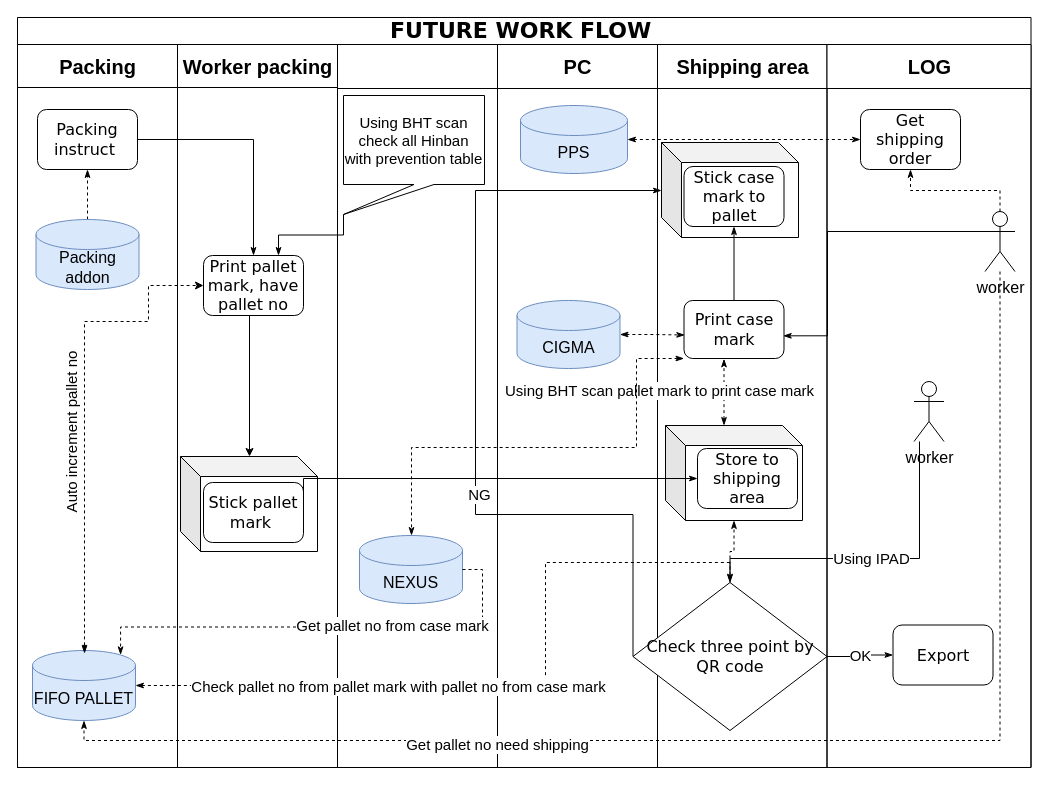
Above: page "Future" (2 of 2) of work flow current fifo.drawio in dreegoo/hellotoken (draw.io), before the change. Source tidied: cells renumbered, new cells numbered last; positions are measured from the earlier drawing's top-left corner, leaving out a move shared by most shapes. Both pictures are drawn from the tidied source at 100%, with x=0, y=0 at pixel (17, 17).
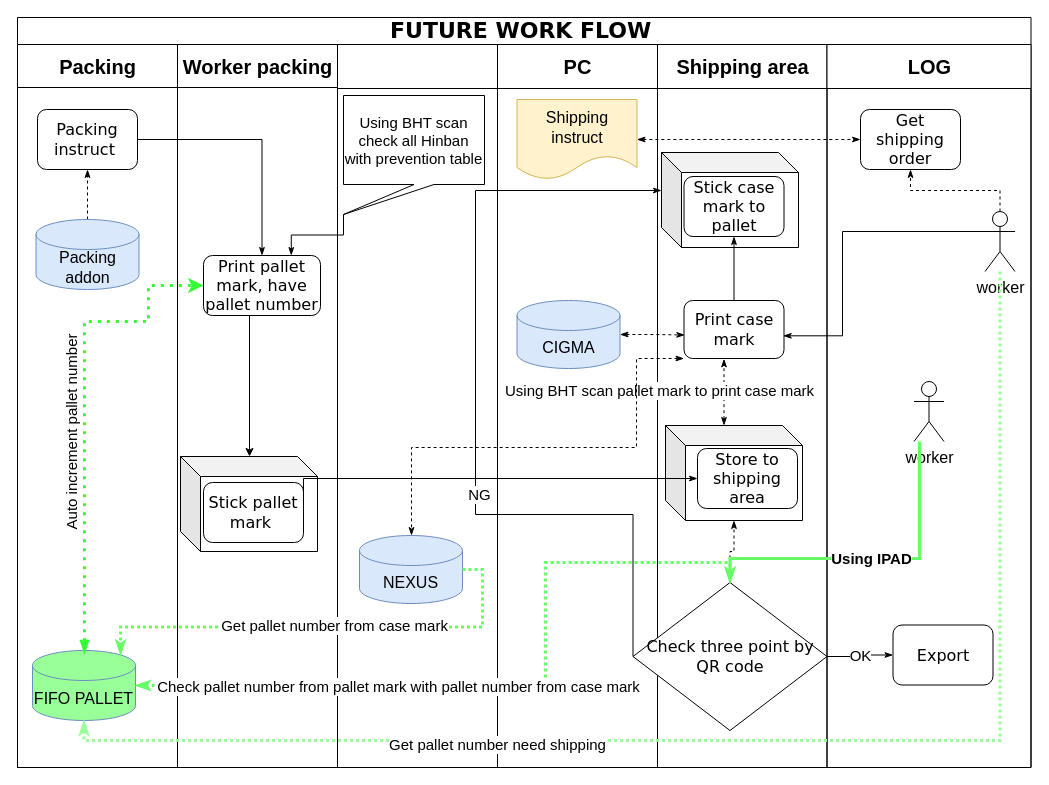
The same diagram, later.

The change refers to these unchanged cells:
```xml
<mxCell id="2" value="FUTURE WORK FLOW&amp;nbsp;" style="swimlane;html=1;startSize=27;rounded=0;shadow=0;labelBackgroundColor=none;strokeWidth=1;fontFamily=Verdana;fontSize=22;align=center;" parent="1" vertex="1">
  <mxGeometry width="1013.5" height="750" as="geometry" />
</mxCell>
<mxCell id="3" value="Packing" style="swimlane;html=1;startSize=43;fontSize=20;align=center;" parent="2" vertex="1">
  <mxGeometry y="27" width="160" height="723" as="geometry" />
</mxCell>
<mxCell id="8" value="Worker packing" style="swimlane;html=1;startSize=43;fontSize=20;" parent="2" vertex="1">
  <mxGeometry x="160" y="27" width="160" height="723" as="geometry" />
</mxCell>
<mxCell id="15" value="NEXUS" style="shape=cylinder3;whiteSpace=wrap;html=1;boundedLbl=1;backgroundOutline=1;size=15;fontSize=16;align=center;labelBackgroundColor=none;fillColor=#dae8fc;strokeColor=#6c8ebf;" parent="13" vertex="1">
  <mxGeometry x="22" y="491" width="103" height="68" as="geometry" />
</mxCell>
<mxCell id="16" value="PC" style="swimlane;html=1;startSize=44;fontSize=20;" parent="2" vertex="1">
  <mxGeometry x="480" y="27" width="160" height="723" as="geometry" />
</mxCell>
<mxCell id="20" value="Shipping area" style="swimlane;html=1;startSize=44;fontSize=20;" parent="2" vertex="1">
  <mxGeometry x="640" y="27" width="169.5" height="723" as="geometry" />
</mxCell>
<mxCell id="26" value="Print case mark" style="rounded=1;whiteSpace=wrap;html=1;shadow=0;labelBackgroundColor=none;strokeWidth=1;fontFamily=Verdana;fontSize=16;align=center;fontStyle=0;" parent="20" vertex="1">
  <mxGeometry x="26.5" y="256" width="100" height="58" as="geometry" />
</mxCell>
<mxCell id="29" value="&lt;span style=&quot;font-family: &amp;#34;verdana&amp;#34; ; font-size: 16px&quot;&gt;Check three point by QR code&lt;/span&gt;" style="rhombus;whiteSpace=wrap;html=1;labelBackgroundColor=none;fontSize=15;align=center;" parent="20" vertex="1">
  <mxGeometry x="-24.5" y="538" width="194" height="148" as="geometry" />
</mxCell>
<mxCell id="33" value="Get shipping order" style="rounded=1;whiteSpace=wrap;html=1;shadow=0;labelBackgroundColor=none;strokeWidth=1;fontFamily=Verdana;fontSize=16;align=center;fontStyle=0;" parent="32" vertex="1">
  <mxGeometry x="33.5" y="65" width="100" height="60" as="geometry" />
</mxCell>
<mxCell id="35" value="worker" style="shape=umlActor;verticalLabelPosition=bottom;verticalAlign=top;html=1;outlineConnect=0;labelBackgroundColor=none;fontSize=16;align=center;" parent="32" vertex="1">
  <mxGeometry x="158" y="167" width="30" height="60" as="geometry" />
</mxCell>
<mxCell id="36" value="worker" style="shape=umlActor;verticalLabelPosition=bottom;verticalAlign=top;html=1;outlineConnect=0;labelBackgroundColor=none;fontSize=16;align=center;" parent="32" vertex="1">
  <mxGeometry x="87" y="337" width="30" height="60" as="geometry" />
</mxCell>
```

Diff of the diagram source:
```diff
@@
-    <mxCell id="7" value="FIFO PALLET" style="shape=cylinder3;whiteSpace=wrap;html=1;boundedLbl=1;backgroundOutline=1;size=15;fontSize=16;align=center;fillColor=#dae8fc;strokeColor=#6c8ebf;" parent="3" vertex="1">
+    <mxCell id="7" value="FIFO PALLET" style="shape=cylinder3;whiteSpace=wrap;html=1;boundedLbl=1;backgroundOutline=1;size=15;fontSize=16;align=center;strokeColor=#6c8ebf;fillColor=#99FF99;" parent="3" vertex="1">
       <mxGeometry x="15" y="606" width="103" height="70" as="geometry" />
     </mxCell>
@@
-    <mxCell id="11" value="Print pallet mark, have pallet no" style="rounded=1;whiteSpace=wrap;html=1;shadow=0;labelBackgroundColor=none;strokeWidth=1;fontFamily=Verdana;fontSize=16;align=center;fontStyle=0;" parent="8" vertex="1">
-      <mxGeometry x="26" y="211" width="100" height="60" as="geometry" />
+    <mxCell id="11" value="Print pallet mark, have pallet number" style="rounded=1;whiteSpace=wrap;html=1;shadow=0;labelBackgroundColor=none;strokeWidth=1;fontFamily=Verdana;fontSize=16;align=center;fontStyle=0;" parent="8" vertex="1">
+      <mxGeometry x="26" y="211" width="117" height="60" as="geometry" />
     </mxCell>
@@
-    <mxCell id="18" value="PPS" style="shape=cylinder3;whiteSpace=wrap;html=1;boundedLbl=1;backgroundOutline=1;size=15;fontSize=16;align=center;labelBackgroundColor=none;fillColor=#dae8fc;strokeColor=#6c8ebf;" parent="16" vertex="1">
-      <mxGeometry x="23" y="61" width="107" height="68" as="geometry" />
-    </mxCell>
-    <mxCell id="19" style="edgeStyle=orthogonalEdgeStyle;rounded=0;jettySize=auto;html=1;exitX=1;exitY=0.5;exitDx=0;exitDy=0;startArrow=classicThin;startFill=1;endArrow=classicThin;endFill=1;fontSize=16;dashed=1;exitPerimeter=0;" parent="2" edge="1" source="18" target="33">
-      <mxGeometry relative="1" as="geometry" />
-    </mxCell>
@@
     <mxCell id="21" style="shape=cube;whiteSpace=wrap;html=1;boundedLbl=1;backgroundOutline=1;darkOpacity=0.05;darkOpacity2=0.1;labelBackgroundColor=none;fontSize=16;align=center;" parent="20" vertex="1">
-      <mxGeometry x="4" y="98" width="137" height="95" as="geometry" />
+      <mxGeometry x="4" y="108" width="137" height="95" as="geometry" />
     </mxCell>
@@
     <mxCell id="27" value="Stick case mark to pallet" style="rounded=1;whiteSpace=wrap;html=1;shadow=0;labelBackgroundColor=none;strokeWidth=1;fontFamily=Verdana;fontSize=16;align=center;fontStyle=0;" parent="20" vertex="1">
-      <mxGeometry x="26.5" y="122" width="100" height="60" as="geometry" />
+      <mxGeometry x="26.5" y="132" width="100" height="60" as="geometry" />
     </mxCell>
@@
-    <mxCell id="38" style="edgeStyle=orthogonalEdgeStyle;rounded=0;orthogonalLoop=1;jettySize=auto;html=1;fontSize=16;startArrow=blockThin;startFill=1;dashed=1;" parent="2" edge="1">
+    <mxCell id="38" style="edgeStyle=orthogonalEdgeStyle;rounded=0;orthogonalLoop=1;jettySize=auto;html=1;fontSize=16;startArrow=blockThin;startFill=1;dashed=1;dashPattern=1 2;strokeColor=#33FF33;strokeWidth=3;" parent="2" edge="1">
       <mxGeometry relative="1" as="geometry">
         <mxPoint x="67" y="636" as="sourcePoint" />
         <mxPoint x="186" y="268" as="targetPoint" />
         <Array as="points">
           <mxPoint x="67" y="304" />
           <mxPoint x="131" y="304" />
           <mxPoint x="131" y="268" />
         </Array>
       </mxGeometry>
     </mxCell>
-    <mxCell id="39" value="Auto increment pallet no" style="edgeLabel;html=1;align=center;verticalAlign=middle;fontSize=15;horizontal=0;" parent="38" vertex="1">
+    <mxCell id="39" value="Auto increment pallet number" style="edgeLabel;html=1;align=center;verticalAlign=middle;fontSize=15;horizontal=0;" parent="38" vertex="1">
       <mxGeometry x="0.02" y="-1" relative="1" as="geometry">
         <mxPoint x="-15" y="28" as="offset" />
       </mxGeometry>
     </mxCell>
@@
     <mxCell id="43" style="edgeStyle=orthogonalEdgeStyle;rounded=0;jettySize=auto;html=1;exitX=0;exitY=0.3333333333333333;exitDx=0;exitDy=0;exitPerimeter=0;startArrow=none;startFill=0;endArrow=classicThin;endFill=1;fontSize=15;entryX=0.992;entryY=0.609;entryDx=0;entryDy=0;entryPerimeter=0;" parent="2" edge="1" source="35" target="26">
       <mxGeometry relative="1" as="geometry">
         <Array as="points">
-          <mxPoint x="810" y="214" />
-          <mxPoint x="810" y="318" />
+          <mxPoint x="825" y="214" />
+          <mxPoint x="825" y="318" />
         </Array>
       </mxGeometry>
     </mxCell>
-    <mxCell id="44" value="Using IPAD" style="edgeStyle=orthogonalEdgeStyle;rounded=0;jettySize=auto;html=1;entryX=0.5;entryY=0;entryDx=0;entryDy=0;startArrow=none;startFill=0;endArrow=classicThin;endFill=1;fontSize=15;" parent="2" edge="1" source="36" target="29">
+    <mxCell id="44" value="Using IPAD" style="edgeStyle=orthogonalEdgeStyle;rounded=0;jettySize=auto;html=1;entryX=0.5;entryY=0;entryDx=0;entryDy=0;startArrow=none;startFill=0;endArrow=classicThin;endFill=1;fontSize=15;strokeColor=#66FF66;strokeWidth=3;fontStyle=1;" parent="2" edge="1" source="36" target="29">
       <mxGeometry relative="1" as="geometry">
         <Array as="points">
           <mxPoint x="902" y="541" />
           <mxPoint x="713" y="541" />
         </Array>
       </mxGeometry>
     </mxCell>
@@
-    <mxCell id="46" style="edgeStyle=orthogonalEdgeStyle;rounded=0;jettySize=auto;html=1;entryX=0.5;entryY=1;entryDx=0;entryDy=0;dashed=1;startArrow=none;startFill=0;endArrow=classicThin;endFill=1;fontSize=16;entryPerimeter=0;" parent="2" edge="1" source="35" target="7">
+    <mxCell id="46" style="edgeStyle=orthogonalEdgeStyle;rounded=0;jettySize=auto;html=1;entryX=0.5;entryY=1;entryDx=0;entryDy=0;dashed=1;startArrow=none;startFill=0;endArrow=classicThin;endFill=1;fontSize=16;entryPerimeter=0;strokeWidth=3;dashPattern=1 1;strokeColor=#99FF99;" parent="2" edge="1" source="35" target="7">
       <mxGeometry relative="1" as="geometry">
         <Array as="points">
           <mxPoint x="983" y="723" />
           <mxPoint x="67" y="723" />
         </Array>
       </mxGeometry>
     </mxCell>
-    <mxCell id="47" value="Get pallet no need shipping" style="edgeLabel;html=1;align=center;verticalAlign=middle;fontSize=15;" parent="46" vertex="1">
+    <mxCell id="47" value="Get pallet number need shipping" style="edgeLabel;html=1;align=center;verticalAlign=middle;fontSize=15;" parent="46" vertex="1">
       <mxGeometry x="-0.34" relative="1" as="geometry">
         <mxPoint x="-503" y="8" as="offset" />
       </mxGeometry>
     </mxCell>
-    <mxCell id="48" style="edgeStyle=orthogonalEdgeStyle;rounded=0;jettySize=auto;html=1;exitX=1;exitY=0.5;exitDx=0;exitDy=0;exitPerimeter=0;entryX=0.855;entryY=0;entryDx=0;entryDy=4.35;startArrow=none;startFill=0;endArrow=classicThin;endFill=1;fontSize=15;dashed=1;entryPerimeter=0;" parent="2" edge="1" source="15" target="7">
+    <mxCell id="48" style="edgeStyle=orthogonalEdgeStyle;rounded=0;jettySize=auto;html=1;exitX=1;exitY=0.5;exitDx=0;exitDy=0;exitPerimeter=0;entryX=0.855;entryY=0;entryDx=0;entryDy=4.35;startArrow=none;startFill=0;endArrow=classicThin;endFill=1;fontSize=15;dashed=1;entryPerimeter=0;dashPattern=1 1;strokeWidth=3;strokeColor=#66FF66;" parent="2" edge="1" source="15" target="7">
       <mxGeometry relative="1" as="geometry" />
     </mxCell>
-    <mxCell id="49" value="Get pallet no from case mark" style="edgeLabel;html=1;align=center;verticalAlign=middle;fontSize=15;" parent="48" vertex="1">
-      <mxGeometry x="-0.28" y="-2" relative="1" as="geometry" />
+    <mxCell id="49" value="Get pallet number from case mark" style="edgeLabel;html=1;align=center;verticalAlign=middle;fontSize=15;" parent="48" vertex="1">
+      <mxGeometry x="-0.28" y="-2" relative="1" as="geometry">
+        <mxPoint x="-58.5" as="offset" />
+      </mxGeometry>
     </mxCell>
-    <mxCell id="50" style="edgeStyle=orthogonalEdgeStyle;rounded=0;jettySize=auto;html=1;exitX=1;exitY=0.5;exitDx=0;exitDy=0;exitPerimeter=0;entryX=0.5;entryY=0;entryDx=0;entryDy=0;dashed=1;startArrow=classicThin;startFill=1;endArrow=classicThin;endFill=1;fontSize=15;" parent="2" edge="1" source="7" target="29">
+    <mxCell id="50" style="edgeStyle=orthogonalEdgeStyle;rounded=0;jettySize=auto;html=1;exitX=1;exitY=0.5;exitDx=0;exitDy=0;exitPerimeter=0;entryX=0.5;entryY=0;entryDx=0;entryDy=0;dashed=1;startArrow=classicThin;startFill=1;endArrow=classicThin;endFill=1;fontSize=15;strokeWidth=3;dashPattern=1 1;strokeColor=#66FF66;" parent="2" edge="1" source="7" target="29">
       <mxGeometry relative="1" as="geometry">
         <Array as="points">
           <mxPoint x="528" y="668" />
           <mxPoint x="528" y="545" />
           <mxPoint x="713" y="545" />
         </Array>
       </mxGeometry>
     </mxCell>
-    <mxCell id="51" value="Check pallet no from pallet mark with pallet no from case mark" style="edgeLabel;html=1;align=center;verticalAlign=middle;fontSize=15;" parent="50" vertex="1">
+    <mxCell id="51" value="Check pallet number from pallet mark with pallet number from case mark" style="edgeLabel;html=1;align=center;verticalAlign=middle;fontSize=15;" parent="50" vertex="1">
       <mxGeometry x="-0.21" y="1" relative="1" as="geometry">
         <mxPoint x="-29" y="1" as="offset" />
       </mxGeometry>
     </mxCell>
@@
+    <mxCell id="54" value="Shipping instruct" style="shape=document;whiteSpace=wrap;html=1;boundedLbl=1;fontSize=16;align=center;fillColor=#fff2cc;strokeColor=#d6b656;" parent="1" vertex="1">
+      <mxGeometry x="499.5" y="82" width="120" height="80" as="geometry" />
+    </mxCell>
+    <mxCell id="19" style="edgeStyle=orthogonalEdgeStyle;rounded=0;jettySize=auto;html=1;exitX=1;exitY=0.5;exitDx=0;exitDy=0;startArrow=classicThin;startFill=1;endArrow=classicThin;endFill=1;fontSize=16;dashed=1;" parent="1" edge="1" source="54" target="33">
+      <mxGeometry relative="1" as="geometry" />
+    </mxCell>
```
